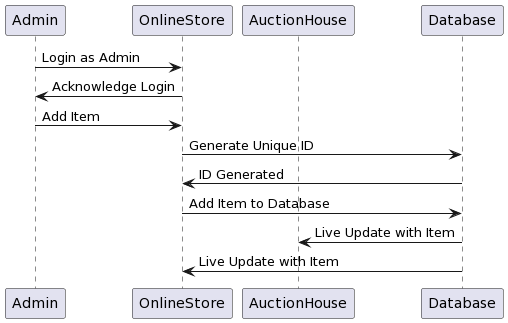
The PlantUML diagram UML_Diagrams/sequence_diagram.png in dongyiu/Online_Store, before a commit. Its diagram source:
```plantuml
@startuml
participant Admin
participant OnlineStore
participant AuctionHouse
participant Database

Admin -> OnlineStore: Login as Admin
OnlineStore -> Admin: Acknowledge Login
Admin -> OnlineStore: Add Item
OnlineStore -> Database: Generate Unique ID
Database -> OnlineStore: ID Generated
OnlineStore -> Database: Add Item to Database
Database -> AuctionHouse: Live Update with Item
Database -> OnlineStore: Live Update with Item
@enduml
```
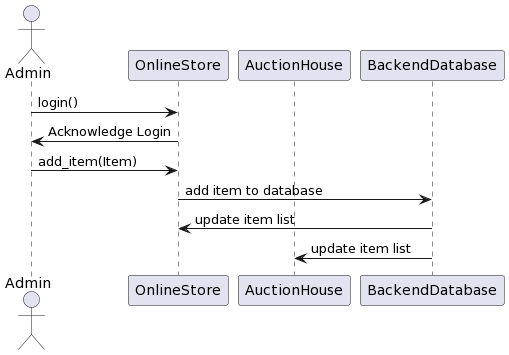
The same file after the commit.

What changed in the source:
```diff
@@ -1,15 +1,13 @@
 @startuml
-participant Admin
+actor Admin
 participant OnlineStore
 participant AuctionHouse
-participant Database
+participant BackendDatabase
 
-Admin -> OnlineStore: Login as Admin
+Admin -> OnlineStore: login()
 OnlineStore -> Admin: Acknowledge Login
-Admin -> OnlineStore: Add Item
-OnlineStore -> Database: Generate Unique ID
-Database -> OnlineStore: ID Generated
-OnlineStore -> Database: Add Item to Database
-Database -> AuctionHouse: Live Update with Item
-Database -> OnlineStore: Live Update with Item
+Admin -> OnlineStore: add_item(Item)
+OnlineStore -> BackendDatabase: add item to database
+BackendDatabase -> OnlineStore: update item list
+BackendDatabase -> AuctionHouse: update item list
 @enduml
```
